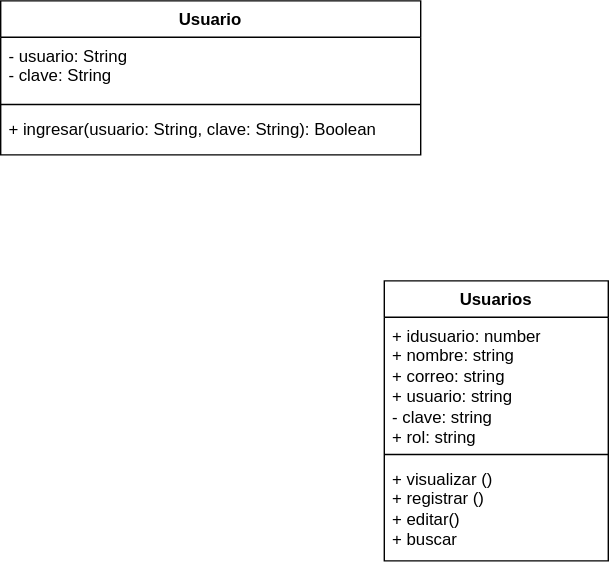
Earlier version of the draw.io export documentacion/Diagrama UML.drawio.svg (crisalixis/dietetica). Source tidied: cells renumbered, new cells last; positions are measured from the earlier drawing's top-left corner, leaving out a move shared by most shapes.
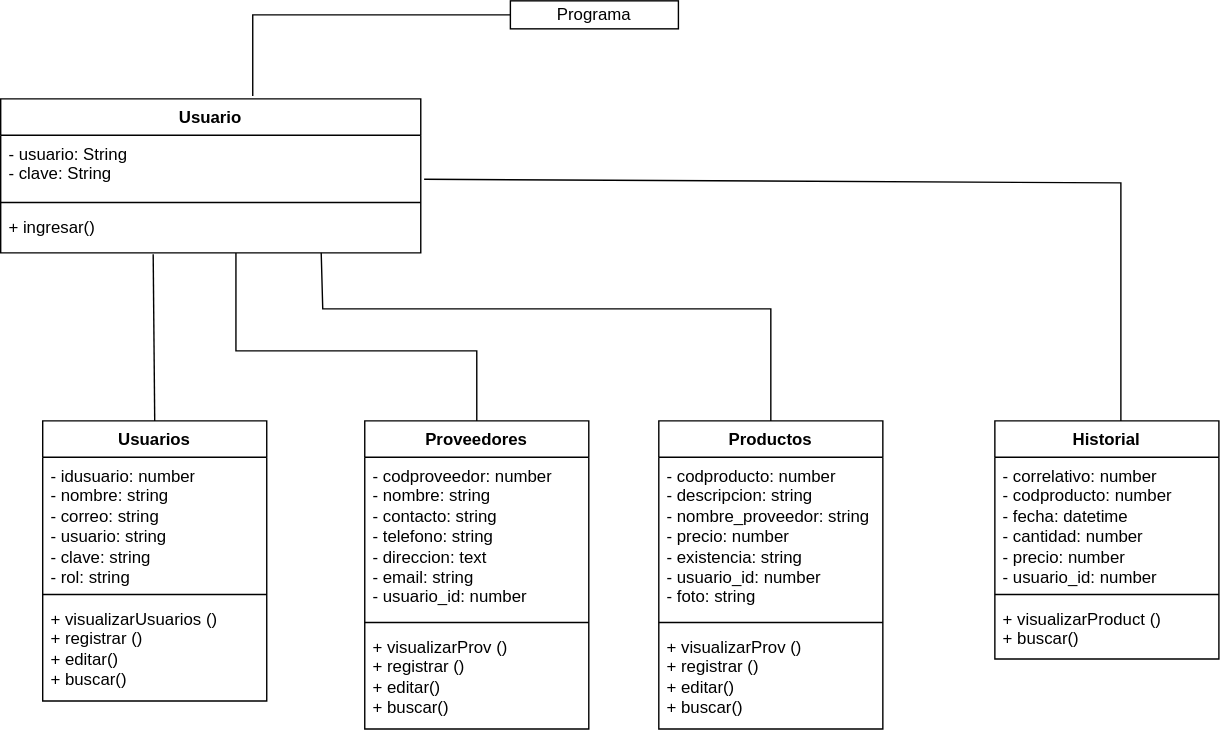
Above is the later version.

Change to the diagram source:
```diff
@@ -3,7 +3,7 @@
     <mxCell id="0" />
     <mxCell id="1" parent="0" />
     <mxCell id="2" value="Usuario" style="swimlane;fontStyle=1;align=center;verticalAlign=top;horizontal=1;startSize=26;whiteSpace=wrap;html=1;" parent="1" vertex="1">
-      <mxGeometry width="300" height="110" as="geometry" />
+      <mxGeometry x="-10" y="-20" width="300" height="110" as="geometry" />
     </mxCell>
     <mxCell id="3" value="- usuario: &lt;span class=&quot;hljs-type&quot;&gt;String&lt;/span&gt;&lt;div&gt;- clave:&amp;nbsp;&lt;span style=&quot;background-color: initial;&quot; class=&quot;hljs-type&quot;&gt;String&lt;/span&gt;&lt;/div&gt;" style="text;strokeColor=none;fillColor=none;align=left;verticalAlign=top;spacingLeft=4;spacingRight=4;overflow=hidden;points=[[0,0.5],[1,0.5]];portConstraint=eastwest;whiteSpace=wrap;html=1;" parent="2" vertex="1">
       <mxGeometry y="26" width="300" height="44" as="geometry" />
@@ -11,20 +11,94 @@
     <mxCell id="4" style="line;strokeWidth=1;fillColor=none;align=left;verticalAlign=middle;spacingTop=-1;spacingLeft=3;spacingRight=3;labelPosition=right;strokeColor=inherit;" parent="2" vertex="1">
       <mxGeometry y="70" width="300" height="8" as="geometry" />
     </mxCell>
-    <mxCell id="5" value="+ ingresar(usuario: String, clave: String): Boolean" style="text;strokeColor=none;fillColor=none;align=left;verticalAlign=top;spacingLeft=4;spacingRight=4;overflow=hidden;points=[[0,0.5],[1,0.5]];portConstraint=eastwest;whiteSpace=wrap;html=1;" parent="2" vertex="1">
+    <mxCell id="5" value="+ ingresar()" style="text;strokeColor=none;fillColor=none;align=left;verticalAlign=top;spacingLeft=4;spacingRight=4;overflow=hidden;points=[[0,0.5],[1,0.5]];portConstraint=eastwest;whiteSpace=wrap;html=1;" parent="2" vertex="1">
       <mxGeometry y="78" width="300" height="32" as="geometry" />
     </mxCell>
     <mxCell id="6" value="Usuarios" style="swimlane;fontStyle=1;align=center;verticalAlign=top;horizontal=1;startSize=26;whiteSpace=wrap;html=1;" parent="1" vertex="1">
-      <mxGeometry x="274" y="200" width="160" height="200" as="geometry" />
+      <mxGeometry x="20" y="210" width="160" height="200" as="geometry" />
     </mxCell>
-    <mxCell id="7" value="+ idusuario: number&lt;div&gt;+ nombre: string&lt;/div&gt;&lt;div&gt;+ correo: string&lt;/div&gt;&lt;div&gt;+ usuario: string&lt;/div&gt;&lt;div&gt;- clave: string&lt;/div&gt;&lt;div&gt;+ rol: string&lt;/div&gt;" style="text;strokeColor=none;fillColor=none;align=left;verticalAlign=top;spacingLeft=4;spacingRight=4;overflow=hidden;whiteSpace=wrap;html=1;" parent="6" vertex="1">
+    <mxCell id="7" value="- idusuario: number&lt;div&gt;- nombre: string&lt;/div&gt;&lt;div&gt;- correo: string&lt;/div&gt;&lt;div&gt;- usuario: string&lt;/div&gt;&lt;div&gt;- clave: string&lt;/div&gt;&lt;div&gt;- rol: string&lt;/div&gt;" style="text;strokeColor=none;fillColor=none;align=left;verticalAlign=top;spacingLeft=4;spacingRight=4;overflow=hidden;whiteSpace=wrap;html=1;" parent="6" vertex="1">
       <mxGeometry y="26" width="160" height="94" as="geometry" />
     </mxCell>
     <mxCell id="8" style="line;strokeWidth=1;fillColor=none;align=left;verticalAlign=middle;spacingTop=-1;spacingLeft=3;spacingRight=3;labelPosition=right;strokeColor=inherit;" parent="6" vertex="1">
       <mxGeometry y="120" width="160" height="8" as="geometry" />
     </mxCell>
-    <mxCell id="9" value="+ visualizar ()&lt;div&gt;+ registrar ()&lt;/div&gt;&lt;div&gt;+ editar()&lt;/div&gt;&lt;div&gt;+ buscar&lt;/div&gt;" style="text;strokeColor=none;fillColor=none;align=left;verticalAlign=top;spacingLeft=4;spacingRight=4;overflow=hidden;whiteSpace=wrap;html=1;" parent="6" vertex="1">
+    <mxCell id="9" value="+ visualizarUsuarios ()&lt;div&gt;+ registrar ()&lt;/div&gt;&lt;div&gt;+ editar()&lt;/div&gt;&lt;div&gt;+ buscar()&lt;/div&gt;" style="text;strokeColor=none;fillColor=none;align=left;verticalAlign=top;spacingLeft=4;spacingRight=4;overflow=hidden;whiteSpace=wrap;html=1;" parent="6" vertex="1">
       <mxGeometry y="128" width="160" height="72" as="geometry" />
     </mxCell>
+    <mxCell id="10" value="Programa" style="rounded=0;whiteSpace=wrap;html=1;" parent="1" vertex="1">
+      <mxGeometry x="354" y="-90" width="120" height="20" as="geometry" />
+    </mxCell>
+    <mxCell id="11" style="endArrow=none;html=1;rounded=0;exitX=0.6;exitY=-0.018;exitDx=0;exitDy=0;exitPerimeter=0;entryX=0;entryY=0.5;entryDx=0;entryDy=0;" parent="1" edge="1" source="2" target="10">
+      <mxGeometry relative="1" as="geometry">
+        <Array as="points">
+          <mxPoint x="170" y="-80" />
+        </Array>
+      </mxGeometry>
+    </mxCell>
+    <mxCell id="12" style="endArrow=none;html=1;rounded=0;entryX=0.363;entryY=1.031;entryDx=0;entryDy=0;entryPerimeter=0;exitX=0.5;exitY=0;exitDx=0;exitDy=0;" parent="1" edge="1" source="6" target="5">
+      <mxGeometry relative="1" as="geometry" />
+    </mxCell>
+    <mxCell id="13" value="Proveedores" style="swimlane;fontStyle=1;align=center;verticalAlign=top;horizontal=1;startSize=26;whiteSpace=wrap;html=1;" parent="1" vertex="1">
+      <mxGeometry x="250" y="210" width="160" height="220" as="geometry" />
+    </mxCell>
+    <mxCell id="14" value="- codproveedor: number&lt;div&gt;- nombre: string&lt;/div&gt;&lt;div&gt;- contacto: string&lt;/div&gt;&lt;div&gt;- telefono: string&lt;/div&gt;&lt;div&gt;- direccion: text&lt;/div&gt;&lt;div&gt;- email: string&lt;/div&gt;&lt;div&gt;- usuario_id: number&lt;/div&gt;" style="text;strokeColor=none;fillColor=none;align=left;verticalAlign=top;spacingLeft=4;spacingRight=4;overflow=hidden;whiteSpace=wrap;html=1;" parent="13" vertex="1">
+      <mxGeometry y="26" width="160" height="114" as="geometry" />
+    </mxCell>
+    <mxCell id="15" style="line;strokeWidth=1;fillColor=none;align=left;verticalAlign=middle;spacingTop=-1;spacingLeft=3;spacingRight=3;labelPosition=right;strokeColor=inherit;" parent="13" vertex="1">
+      <mxGeometry y="140" width="160" height="8" as="geometry" />
+    </mxCell>
+    <mxCell id="16" value="+ visualizarProv ()&lt;div&gt;+ registrar ()&lt;/div&gt;&lt;div&gt;+ editar()&lt;/div&gt;&lt;div&gt;+ buscar()&lt;/div&gt;" style="text;strokeColor=none;fillColor=none;align=left;verticalAlign=top;spacingLeft=4;spacingRight=4;overflow=hidden;whiteSpace=wrap;html=1;" parent="13" vertex="1">
+      <mxGeometry y="148" width="160" height="72" as="geometry" />
+    </mxCell>
+    <mxCell id="17" style="endArrow=none;html=1;rounded=0;exitX=0.5;exitY=0;exitDx=0;exitDy=0;" parent="1" edge="1" source="13">
+      <mxGeometry relative="1" as="geometry">
+        <mxPoint x="158" y="90" as="targetPoint" />
+        <Array as="points">
+          <mxPoint x="330" y="160" />
+          <mxPoint x="158" y="160" />
+        </Array>
+      </mxGeometry>
+    </mxCell>
+    <mxCell id="18" value="Productos" style="swimlane;fontStyle=1;align=center;verticalAlign=top;horizontal=1;startSize=26;whiteSpace=wrap;html=1;" parent="1" vertex="1">
+      <mxGeometry x="460" y="210" width="160" height="220" as="geometry" />
+    </mxCell>
+    <mxCell id="19" value="- codproducto: number&lt;div&gt;- descripcion: string&lt;/div&gt;&lt;div&gt;- nombre_proveedor: string&lt;/div&gt;&lt;div&gt;- precio: number&lt;/div&gt;&lt;div&gt;- existencia: string&lt;/div&gt;&lt;div&gt;- usuario_id: number&lt;/div&gt;&lt;div&gt;- foto: string&lt;/div&gt;" style="text;strokeColor=none;fillColor=none;align=left;verticalAlign=top;spacingLeft=4;spacingRight=4;overflow=hidden;whiteSpace=wrap;html=1;" parent="18" vertex="1">
+      <mxGeometry y="26" width="160" height="114" as="geometry" />
+    </mxCell>
+    <mxCell id="20" style="line;strokeWidth=1;fillColor=none;align=left;verticalAlign=middle;spacingTop=-1;spacingLeft=3;spacingRight=3;labelPosition=right;strokeColor=inherit;" parent="18" vertex="1">
+      <mxGeometry y="140" width="160" height="8" as="geometry" />
+    </mxCell>
+    <mxCell id="21" value="+ visualizarProv ()&lt;div&gt;+ registrar ()&lt;/div&gt;&lt;div&gt;+ editar()&lt;/div&gt;&lt;div&gt;+ buscar()&lt;/div&gt;" style="text;strokeColor=none;fillColor=none;align=left;verticalAlign=top;spacingLeft=4;spacingRight=4;overflow=hidden;whiteSpace=wrap;html=1;" parent="18" vertex="1">
+      <mxGeometry y="148" width="160" height="72" as="geometry" />
+    </mxCell>
+    <mxCell id="22" style="endArrow=none;html=1;rounded=0;exitX=0.5;exitY=0;exitDx=0;exitDy=0;entryX=0.763;entryY=1;entryDx=0;entryDy=0;entryPerimeter=0;" parent="1" edge="1" source="18" target="5">
+      <mxGeometry relative="1" as="geometry">
+        <Array as="points">
+          <mxPoint x="540" y="130" />
+          <mxPoint x="220" y="130" />
+        </Array>
+      </mxGeometry>
+    </mxCell>
+    <mxCell id="23" value="Historial" style="swimlane;fontStyle=1;align=center;verticalAlign=top;horizontal=1;startSize=26;whiteSpace=wrap;html=1;" parent="1" vertex="1">
+      <mxGeometry x="700" y="210" width="160" height="170" as="geometry" />
+    </mxCell>
+    <mxCell id="24" value="- correlativo: number&lt;div&gt;- codproducto: number&lt;/div&gt;&lt;div&gt;- fecha: datetime&lt;/div&gt;&lt;div&gt;&lt;span style=&quot;background-color: initial;&quot;&gt;- cantidad: number&lt;/span&gt;&lt;/div&gt;&lt;div&gt;- precio: number&lt;/div&gt;&lt;div&gt;- usuario_id: number&lt;/div&gt;&lt;div&gt;&lt;br&gt;&lt;/div&gt;" style="text;strokeColor=none;fillColor=none;align=left;verticalAlign=top;spacingLeft=4;spacingRight=4;overflow=hidden;whiteSpace=wrap;html=1;" parent="23" vertex="1">
+      <mxGeometry y="26" width="160" height="94" as="geometry" />
+    </mxCell>
+    <mxCell id="25" style="line;strokeWidth=1;fillColor=none;align=left;verticalAlign=middle;spacingTop=-1;spacingLeft=3;spacingRight=3;labelPosition=right;strokeColor=inherit;" parent="23" vertex="1">
+      <mxGeometry y="120" width="160" height="8" as="geometry" />
+    </mxCell>
+    <mxCell id="26" value="+ visualizarProduct ()&lt;div&gt;+ buscar()&lt;/div&gt;" style="text;strokeColor=none;fillColor=none;align=left;verticalAlign=top;spacingLeft=4;spacingRight=4;overflow=hidden;whiteSpace=wrap;html=1;" parent="23" vertex="1">
+      <mxGeometry y="128" width="160" height="42" as="geometry" />
+    </mxCell>
+    <mxCell id="27" style="endArrow=none;html=1;rounded=0;entryX=1.008;entryY=0.715;entryDx=0;entryDy=0;entryPerimeter=0;" parent="1" edge="1" target="3">
+      <mxGeometry relative="1" as="geometry">
+        <mxPoint x="790" y="210" as="sourcePoint" />
+        <Array as="points">
+          <mxPoint x="790" y="40" />
+        </Array>
+      </mxGeometry>
+    </mxCell>
   </root>
 </mxGraphModel>
```
